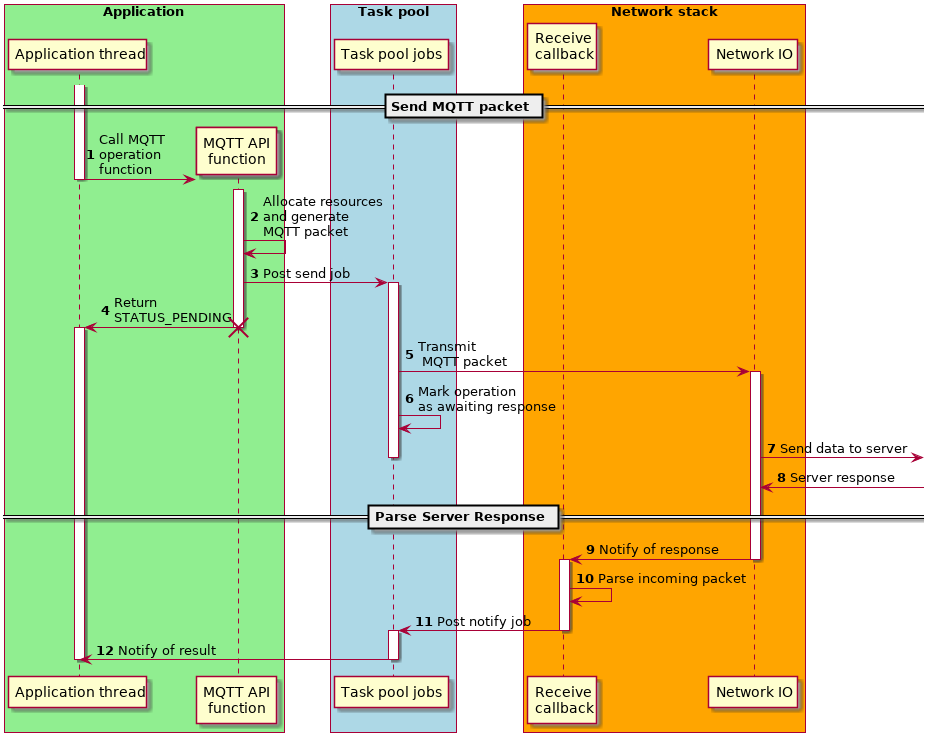
Before: doc/plantuml/images/mqtt_design_typicaloperation.png, a diagram exported from PlantUML (aws/aws-iot-device-sdk-embedded-C).
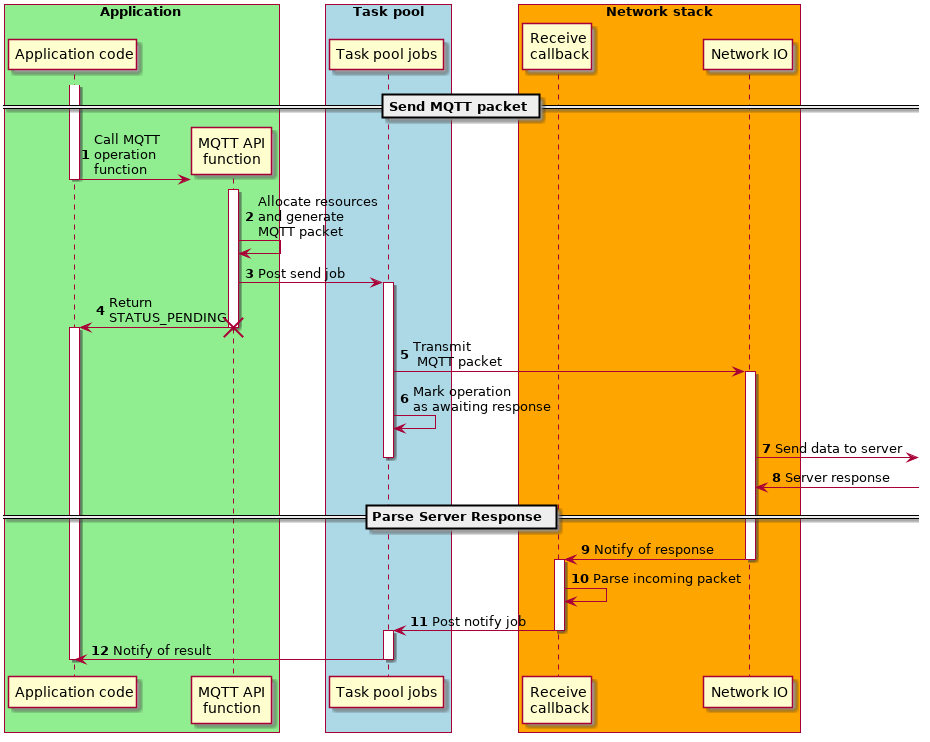
The same file after the commit.

Commit message:
Update application name in diagram

The edit, as a diff of the source:
```diff
@@ -4,7 +4,7 @@
 autonumber
 
 box "Application" #LightGreen
-    participant "Application thread" as application
+    participant "Application code" as application
     create participant "MQTT API\nfunction" as api
 end box
 
```
